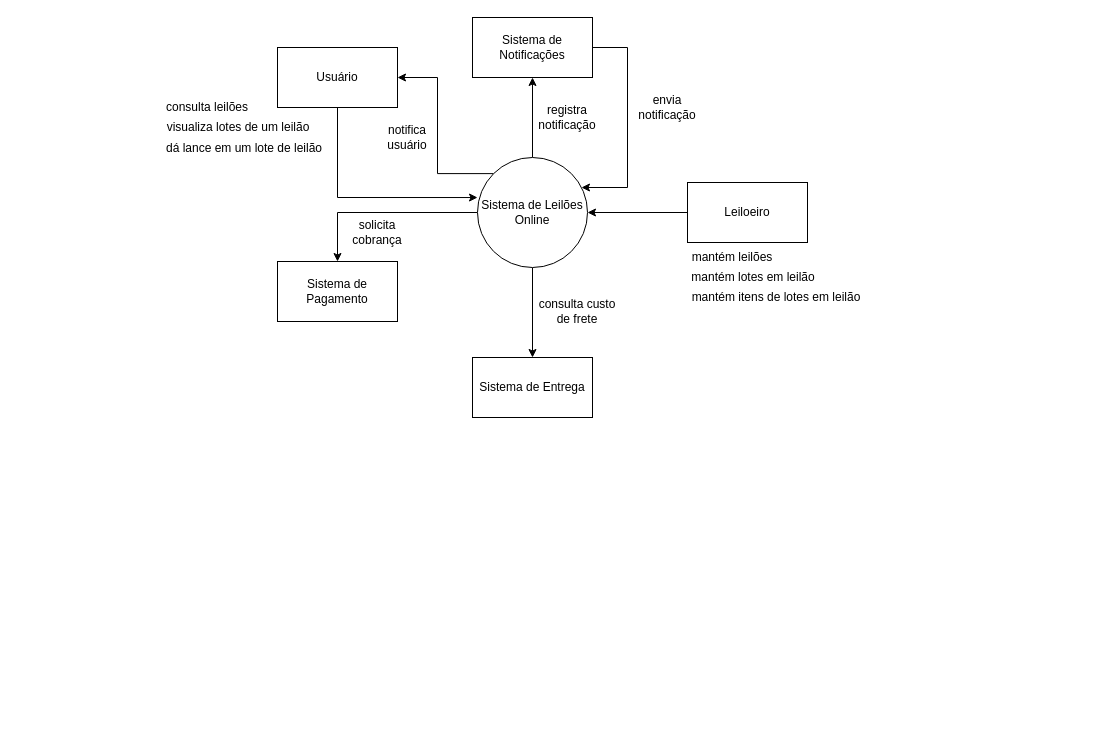
robsongomes/curso-ufc keeps this draw.io diagram as diagrama_de_contexto_leilao.drawio. Above is the earlier version. Source tidied: cells renumbered, new cells numbered last; positions are measured from the earlier drawing's top-left corner, leaving out a move shared by most shapes. Both pictures are drawn from the tidied source at 100%, with x=0, y=0 at pixel (147, 17).
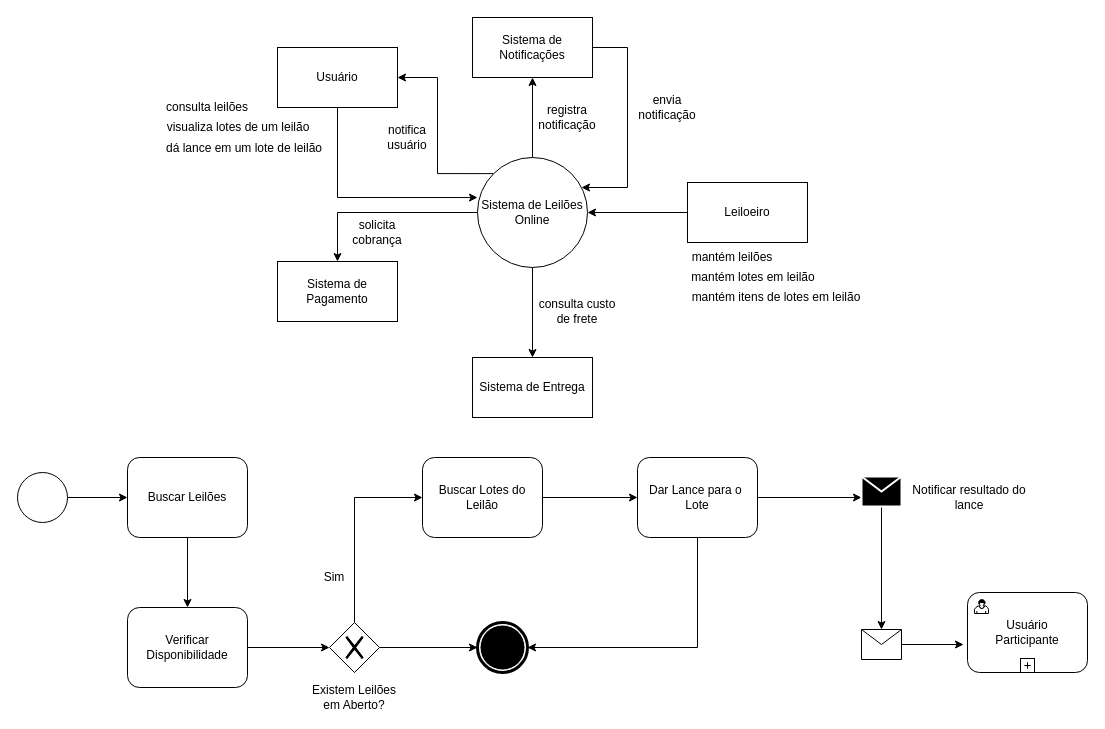
Above is the later version.

Diff of the diagram source:
```diff
@@
+    <mxCell id="26" style="edgeStyle=orthogonalEdgeStyle;rounded=0;jettySize=auto;html=1;entryX=0;entryY=0.5;entryDx=0;entryDy=0;" parent="1" edge="1" source="27" target="29">
+      <mxGeometry relative="1" as="geometry" />
+    </mxCell>
+    <mxCell id="27" style="shape=mxgraph.bpmn.shape;html=1;verticalLabelPosition=bottom;labelBackgroundColor=#ffffff;verticalAlign=top;align=center;perimeter=ellipsePerimeter;outlineConnect=0;outline=standard;symbol=general;" parent="1" vertex="1">
+      <mxGeometry x="-130" y="455" width="50" height="50" as="geometry" />
+    </mxCell>
+    <mxCell id="28" style="edgeStyle=orthogonalEdgeStyle;rounded=0;jettySize=auto;html=1;" parent="1" edge="1" source="29" target="31">
+      <mxGeometry relative="1" as="geometry" />
+    </mxCell>
+    <mxCell id="29" value="Buscar Leilões" style="shape=ext;rounded=1;html=1;whiteSpace=wrap;" parent="1" vertex="1">
+      <mxGeometry x="-20" y="440" width="120" height="80" as="geometry" />
+    </mxCell>
+    <mxCell id="30" style="edgeStyle=orthogonalEdgeStyle;rounded=0;jettySize=auto;html=1;entryX=0;entryY=0.5;entryDx=0;entryDy=0;" parent="1" edge="1" source="31" target="34">
+      <mxGeometry relative="1" as="geometry" />
+    </mxCell>
+    <mxCell id="31" value="Verificar Disponibilidade" style="shape=ext;rounded=1;html=1;whiteSpace=wrap;" parent="1" vertex="1">
+      <mxGeometry x="-20" y="590" width="120" height="80" as="geometry" />
+    </mxCell>
+    <mxCell id="32" style="edgeStyle=orthogonalEdgeStyle;rounded=0;jettySize=auto;html=1;entryX=0;entryY=0.5;entryDx=0;entryDy=0;" parent="1" edge="1" source="34" target="37">
+      <mxGeometry relative="1" as="geometry">
+        <Array as="points">
+          <mxPoint x="207" y="480" />
+        </Array>
+      </mxGeometry>
+    </mxCell>
+    <mxCell id="33" style="edgeStyle=orthogonalEdgeStyle;rounded=0;jettySize=auto;html=1;entryX=0;entryY=0.5;entryDx=0;entryDy=0;" parent="1" edge="1" source="34" target="38">
+      <mxGeometry relative="1" as="geometry" />
+    </mxCell>
+    <mxCell id="34" style="shape=mxgraph.bpmn.shape;html=1;verticalLabelPosition=bottom;labelBackgroundColor=#ffffff;verticalAlign=top;align=center;perimeter=rhombusPerimeter;background=gateway;outlineConnect=0;outline=none;symbol=exclusiveGw;" parent="1" vertex="1">
+      <mxGeometry x="182" y="605" width="50" height="50" as="geometry" />
+    </mxCell>
+    <mxCell id="35" value="Existem Leilões em Aberto?" style="text;html=1;strokeColor=none;fillColor=none;align=center;verticalAlign=middle;whiteSpace=wrap;rounded=0;" parent="1" vertex="1">
+      <mxGeometry x="158" y="670" width="98" height="20" as="geometry" />
+    </mxCell>
+    <mxCell id="36" style="edgeStyle=orthogonalEdgeStyle;rounded=0;jettySize=auto;html=1;entryX=0;entryY=0.5;entryDx=0;entryDy=0;" parent="1" edge="1" source="37" target="42">
+      <mxGeometry relative="1" as="geometry" />
+    </mxCell>
+    <mxCell id="37" value="Buscar Lotes do Leilão" style="shape=ext;rounded=1;html=1;whiteSpace=wrap;" parent="1" vertex="1">
+      <mxGeometry x="275" y="440" width="120" height="80" as="geometry" />
+    </mxCell>
+    <mxCell id="38" style="shape=mxgraph.bpmn.shape;html=1;verticalLabelPosition=bottom;labelBackgroundColor=#ffffff;verticalAlign=top;align=center;perimeter=ellipsePerimeter;outlineConnect=0;outline=end;symbol=terminate;" parent="1" vertex="1">
+      <mxGeometry x="330" y="605" width="50" height="50" as="geometry" />
+    </mxCell>
+    <mxCell id="39" value="Sim" style="text;html=1;strokeColor=none;fillColor=none;align=center;verticalAlign=middle;whiteSpace=wrap;rounded=0;" parent="1" vertex="1">
+      <mxGeometry x="167" y="550" width="40" height="20" as="geometry" />
+    </mxCell>
+    <mxCell id="40" style="edgeStyle=orthogonalEdgeStyle;rounded=0;jettySize=auto;html=1;entryX=1;entryY=0.5;entryDx=0;entryDy=0;" parent="1" edge="1" source="42" target="38">
+      <mxGeometry relative="1" as="geometry">
+        <Array as="points">
+          <mxPoint x="550" y="630" />
+        </Array>
+      </mxGeometry>
+    </mxCell>
+    <mxCell id="41" style="edgeStyle=orthogonalEdgeStyle;rounded=0;jettySize=auto;html=1;entryX=0;entryY=0.7;entryDx=0;entryDy=0;" parent="1" edge="1" source="42" target="44">
+      <mxGeometry relative="1" as="geometry" />
+    </mxCell>
+    <mxCell id="42" value="Dar Lance para o&amp;nbsp; Lote" style="shape=ext;rounded=1;html=1;whiteSpace=wrap;" parent="1" vertex="1">
+      <mxGeometry x="490" y="440" width="120" height="80" as="geometry" />
+    </mxCell>
+    <mxCell id="43" style="edgeStyle=orthogonalEdgeStyle;rounded=0;jettySize=auto;html=1;entryX=0.5;entryY=0;entryDx=0;entryDy=0;" parent="1" edge="1" source="44" target="50">
+      <mxGeometry relative="1" as="geometry" />
+    </mxCell>
+    <mxCell id="44" style="shape=message;whiteSpace=wrap;html=1;outlineConnect=0;fillColor=#000000;strokeColor=#ffffff;strokeWidth=2;" parent="1" vertex="1">
+      <mxGeometry x="714" y="459" width="40" height="30" as="geometry" />
+    </mxCell>
+    <mxCell id="45" value="Notificar resultado do lance" style="text;html=1;strokeColor=none;fillColor=none;align=center;verticalAlign=middle;whiteSpace=wrap;rounded=0;" parent="1" vertex="1">
+      <mxGeometry x="754" y="470" width="136" height="20" as="geometry" />
+    </mxCell>
+    <mxCell id="46" value="Usuário &lt;br&gt;Participante" style="html=1;whiteSpace=wrap;rounded=1;" parent="1" vertex="1">
+      <mxGeometry x="820" y="575" width="120" height="80" as="geometry" />
+    </mxCell>
+    <mxCell id="47" style="html=1;shape=mxgraph.bpmn.user_task;" parent="46" vertex="1">
+      <mxGeometry width="14" height="14" relative="1" as="geometry">
+        <mxPoint x="7" y="7" as="offset" />
+      </mxGeometry>
+    </mxCell>
+    <mxCell id="48" style="html=1;shape=plus;" parent="46" vertex="1">
+      <mxGeometry x="0.5" y="1" width="14" height="14" relative="1" as="geometry">
+        <mxPoint x="-7" y="-14" as="offset" />
+      </mxGeometry>
+    </mxCell>
+    <mxCell id="49" style="edgeStyle=orthogonalEdgeStyle;rounded=0;jettySize=auto;html=1;entryX=-0.033;entryY=0.65;entryDx=0;entryDy=0;entryPerimeter=0;" parent="1" edge="1" source="50" target="46">
+      <mxGeometry relative="1" as="geometry" />
+    </mxCell>
+    <mxCell id="50" style="shape=message;whiteSpace=wrap;html=1;outlineConnect=0;" parent="1" vertex="1">
+      <mxGeometry x="714" y="612" width="40" height="30" as="geometry" />
+    </mxCell>
```
